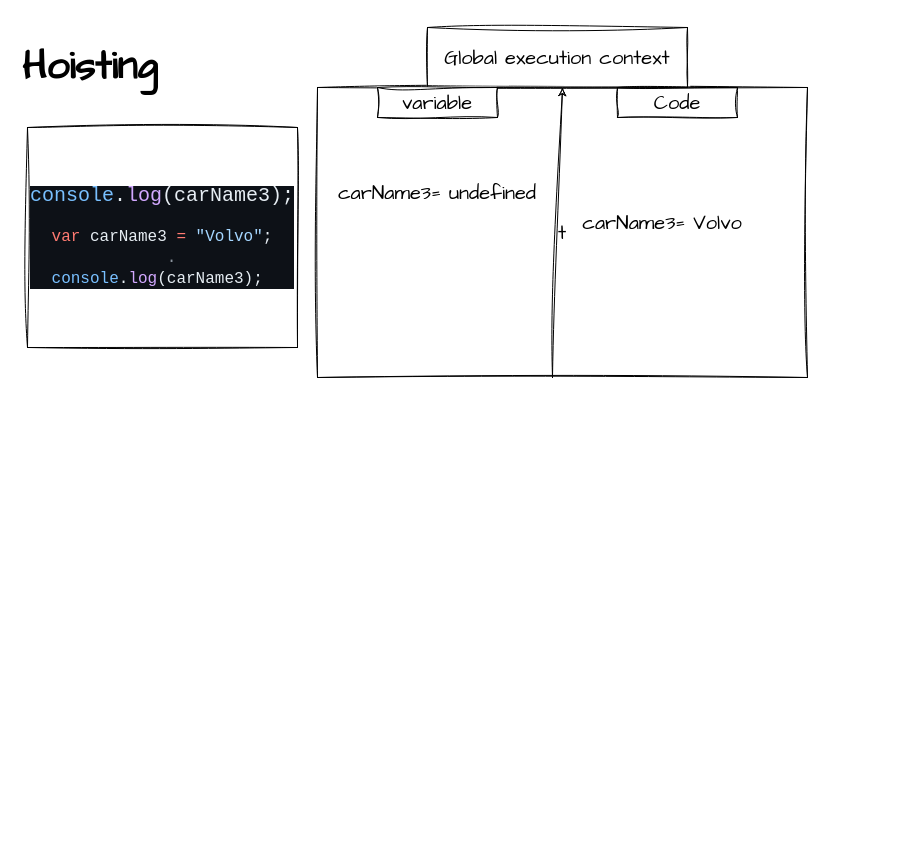
Anish713/html-css-js-Python keeps this draw.io diagram as page "Page-1" (1 of 2) of js.drawio. Above is the earlier version. Source tidied: cells renumbered, new cells numbered last; positions are measured from the earlier drawing's top-left corner, leaving out a move shared by most shapes. Both pictures are drawn from the tidied source at 100%, with x=0, y=0 at pixel (17, 27).
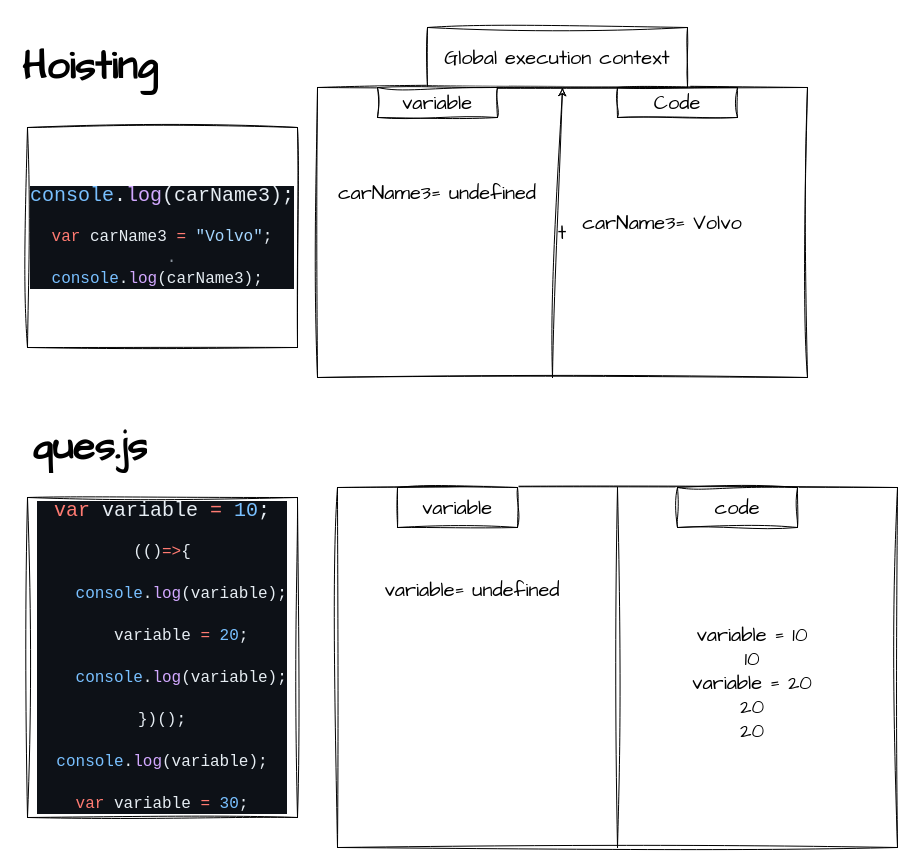
After the change.

The edit, as a diff of the source:
```diff
@@
+    <mxCell id="11" style="rounded=0;whiteSpace=wrap;html=1;sketch=1;hachureGap=4;jiggle=2;curveFitting=1;fontFamily=Architects Daughter;fontSize=20;" parent="1" vertex="1">
+      <mxGeometry x="320" y="460" width="560" height="360" as="geometry" />
+    </mxCell>
+    <mxCell id="12" style="endArrow=none;html=1;sketch=1;hachureGap=4;jiggle=2;curveFitting=1;fontFamily=Architects Daughter;fontSize=16;entryX=0.5;entryY=0;entryDx=0;entryDy=0;exitX=0.5;exitY=1;exitDx=0;exitDy=0;" parent="1" edge="1" source="11" target="11">
+      <mxGeometry relative="1" as="geometry" />
+    </mxCell>
+    <mxCell id="13" value="&lt;h1&gt;ques.js&lt;/h1&gt;" style="text;html=1;strokeColor=none;fillColor=none;spacing=5;spacingTop=-20;whiteSpace=wrap;overflow=hidden;rounded=0;sketch=1;hachureGap=4;jiggle=2;curveFitting=1;fontFamily=Architects Daughter;fontSize=20;" parent="1" vertex="1">
+      <mxGeometry x="10" y="380" width="190" height="80" as="geometry" />
+    </mxCell>
+    <mxCell id="14" value="variable" style="rounded=0;whiteSpace=wrap;html=1;sketch=1;hachureGap=4;jiggle=2;curveFitting=1;fontFamily=Architects Daughter;fontSize=20;" parent="1" vertex="1">
+      <mxGeometry x="380" y="460" width="120" height="40" as="geometry" />
+    </mxCell>
+    <mxCell id="15" value="code" style="rounded=0;whiteSpace=wrap;html=1;sketch=1;hachureGap=4;jiggle=2;curveFitting=1;fontFamily=Architects Daughter;fontSize=20;" parent="1" vertex="1">
+      <mxGeometry x="660" y="460" width="120" height="40" as="geometry" />
+    </mxCell>
+    <mxCell id="16" value="&lt;div style=&quot;color: rgb(230, 237, 243); background-color: rgb(13, 17, 23); font-family: Consolas, &amp;quot;Courier New&amp;quot;, monospace; line-height: 19px;&quot;&gt;&lt;div style=&quot;&quot;&gt;&lt;font style=&quot;font-size: 20px;&quot;&gt;&lt;span style=&quot;color: rgb(255, 123, 114);&quot;&gt;var&lt;/span&gt; variable &lt;span style=&quot;color: rgb(255, 123, 114);&quot;&gt;=&lt;/span&gt; &lt;span style=&quot;color: rgb(121, 192, 255);&quot;&gt;10&lt;/span&gt;;&lt;/font&gt;&lt;/div&gt;&lt;font size=&quot;3&quot;&gt;&lt;br&gt;&lt;/font&gt;&lt;div style=&quot;&quot;&gt;&lt;font size=&quot;3&quot;&gt;(()&lt;span style=&quot;color: #ff7b72;&quot;&gt;=&amp;gt;&lt;/span&gt;{&lt;/font&gt;&lt;/div&gt;&lt;div style=&quot;&quot;&gt;&lt;font size=&quot;3&quot;&gt;&lt;br&gt;&lt;/font&gt;&lt;/div&gt;&lt;div style=&quot;&quot;&gt;&lt;font size=&quot;3&quot;&gt;&amp;nbsp; &amp;nbsp; &lt;span style=&quot;color: #79c0ff;&quot;&gt;console&lt;/span&gt;.&lt;span style=&quot;color: #d2a8ff;&quot;&gt;log&lt;/span&gt;(variable);&lt;/font&gt;&lt;/div&gt;&lt;div style=&quot;&quot;&gt;&lt;font size=&quot;3&quot;&gt;&lt;br&gt;&lt;/font&gt;&lt;/div&gt;&lt;div style=&quot;&quot;&gt;&lt;font size=&quot;3&quot;&gt;&amp;nbsp; &amp;nbsp; variable &lt;span style=&quot;color: #ff7b72;&quot;&gt;=&lt;/span&gt; &lt;span style=&quot;color: #79c0ff;&quot;&gt;20&lt;/span&gt;;&lt;/font&gt;&lt;/div&gt;&lt;div style=&quot;&quot;&gt;&lt;font size=&quot;3&quot;&gt;&lt;br&gt;&lt;/font&gt;&lt;/div&gt;&lt;div style=&quot;&quot;&gt;&lt;font size=&quot;3&quot;&gt;&amp;nbsp; &amp;nbsp; &lt;span style=&quot;color: #79c0ff;&quot;&gt;console&lt;/span&gt;.&lt;span style=&quot;color: #d2a8ff;&quot;&gt;log&lt;/span&gt;(variable);&lt;/font&gt;&lt;/div&gt;&lt;div style=&quot;&quot;&gt;&lt;font size=&quot;3&quot;&gt;&lt;br&gt;&lt;/font&gt;&lt;/div&gt;&lt;div style=&quot;&quot;&gt;&lt;font size=&quot;3&quot;&gt;})();&lt;/font&gt;&lt;/div&gt;&lt;div style=&quot;&quot;&gt;&lt;font size=&quot;3&quot;&gt;&lt;br&gt;&lt;/font&gt;&lt;/div&gt;&lt;div style=&quot;&quot;&gt;&lt;font size=&quot;3&quot;&gt;&lt;span style=&quot;color: #79c0ff;&quot;&gt;console&lt;/span&gt;.&lt;span style=&quot;color: #d2a8ff;&quot;&gt;log&lt;/span&gt;(variable);&lt;/font&gt;&lt;/div&gt;&lt;div style=&quot;&quot;&gt;&lt;font size=&quot;3&quot;&gt;&lt;br&gt;&lt;/font&gt;&lt;/div&gt;&lt;div style=&quot;&quot;&gt;&lt;font size=&quot;3&quot;&gt;&lt;span style=&quot;color: rgb(255, 123, 114);&quot;&gt;var&lt;/span&gt; variable &lt;span style=&quot;color: rgb(255, 123, 114);&quot;&gt;=&lt;/span&gt; &lt;span style=&quot;color: rgb(121, 192, 255);&quot;&gt;30&lt;/span&gt;;&lt;/font&gt;&lt;/div&gt;&lt;/div&gt;" style="rounded=0;whiteSpace=wrap;html=1;sketch=1;hachureGap=4;jiggle=2;curveFitting=1;fontFamily=Architects Daughter;fontSize=20;" parent="1" vertex="1">
+      <mxGeometry x="10" y="470" width="270" height="320" as="geometry" />
+    </mxCell>
+    <mxCell id="17" value="&lt;br&gt;variable= undefined" style="text;html=1;strokeColor=none;fillColor=none;align=center;verticalAlign=middle;whiteSpace=wrap;rounded=0;sketch=1;hachureGap=4;jiggle=2;curveFitting=1;fontFamily=Architects Daughter;fontSize=20;" parent="1" vertex="1">
+      <mxGeometry x="330" y="520" width="250" height="60" as="geometry" />
+    </mxCell>
+    <mxCell id="18" value="variable = 10&lt;br&gt;10&lt;br&gt;variable = 20&lt;br&gt;20&lt;br&gt;20" style="text;html=1;strokeColor=none;fillColor=none;align=center;verticalAlign=middle;whiteSpace=wrap;rounded=0;sketch=1;hachureGap=4;jiggle=2;curveFitting=1;fontFamily=Architects Daughter;fontSize=20;" parent="1" vertex="1">
+      <mxGeometry x="610" y="520" width="250" height="270" as="geometry" />
+    </mxCell>
```
